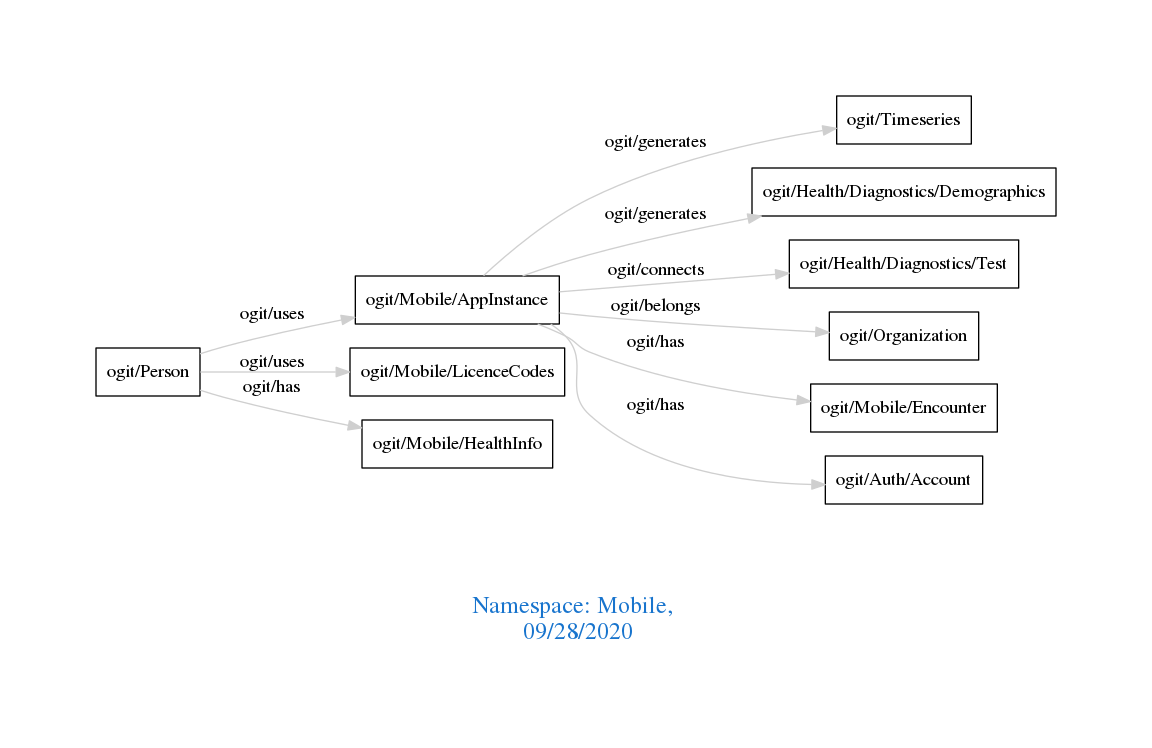
The Graphviz diagram downloads/Mobile.png in arago/OGIT, before a commit. Its source is kept beside it as downloads/Mobile.dot.
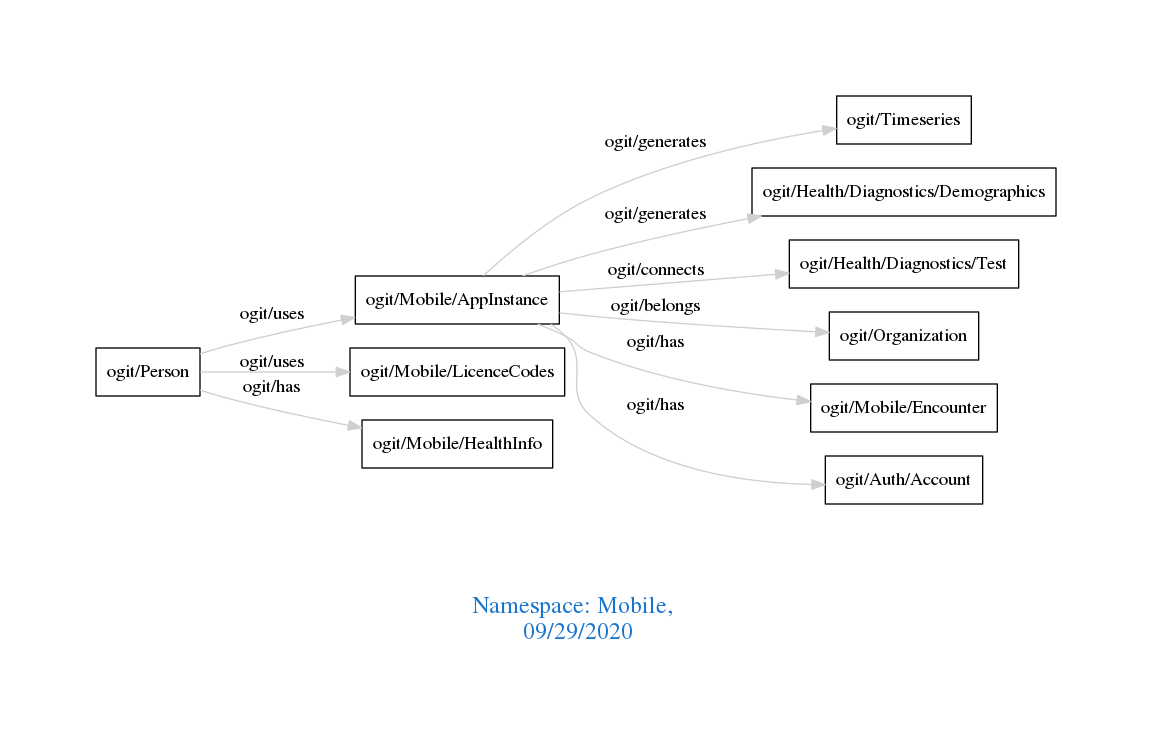
Above is the later version.

What changed in the source:
```diff
@@ -1,7 +1,7 @@
 digraph OGIT_ontology {
  graph [ rankdir= LR,pad=1
 fontsize = 18,
-fontcolor= dodgerblue3,label = "\n\n\nNamespace: Mobile, \n 09/28/2020"];
+fontcolor= dodgerblue3,label = "\n\n\nNamespace: Mobile, \n 09/29/2020"];
 node[shape=polygon];
 edge [  color="gray81"];
 
```
